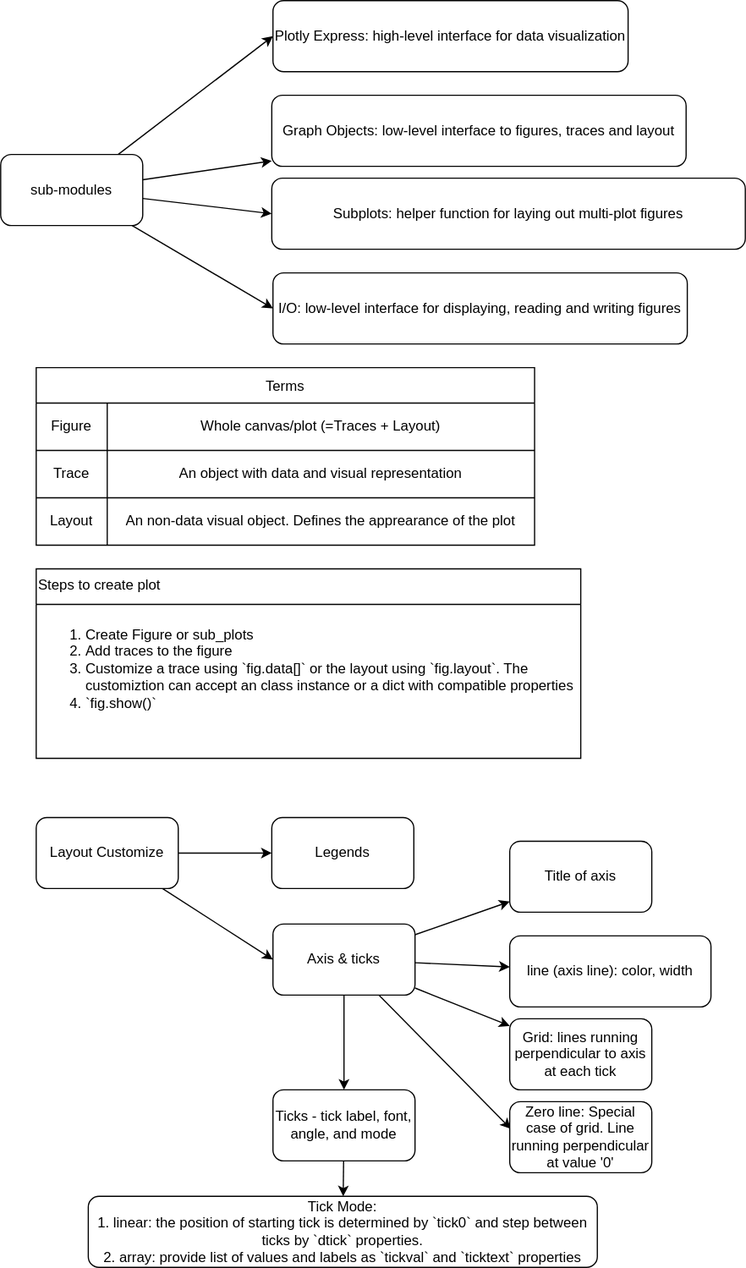
Before: src/content/docs/Python/packages/plotly.drawio.svg, a diagram exported from draw.io (ritesh28/cheats-starlight). Source tidied: cells renumbered, new cells last; positions are measured from the earlier drawing's top-left corner, leaving out a move shared by most shapes.
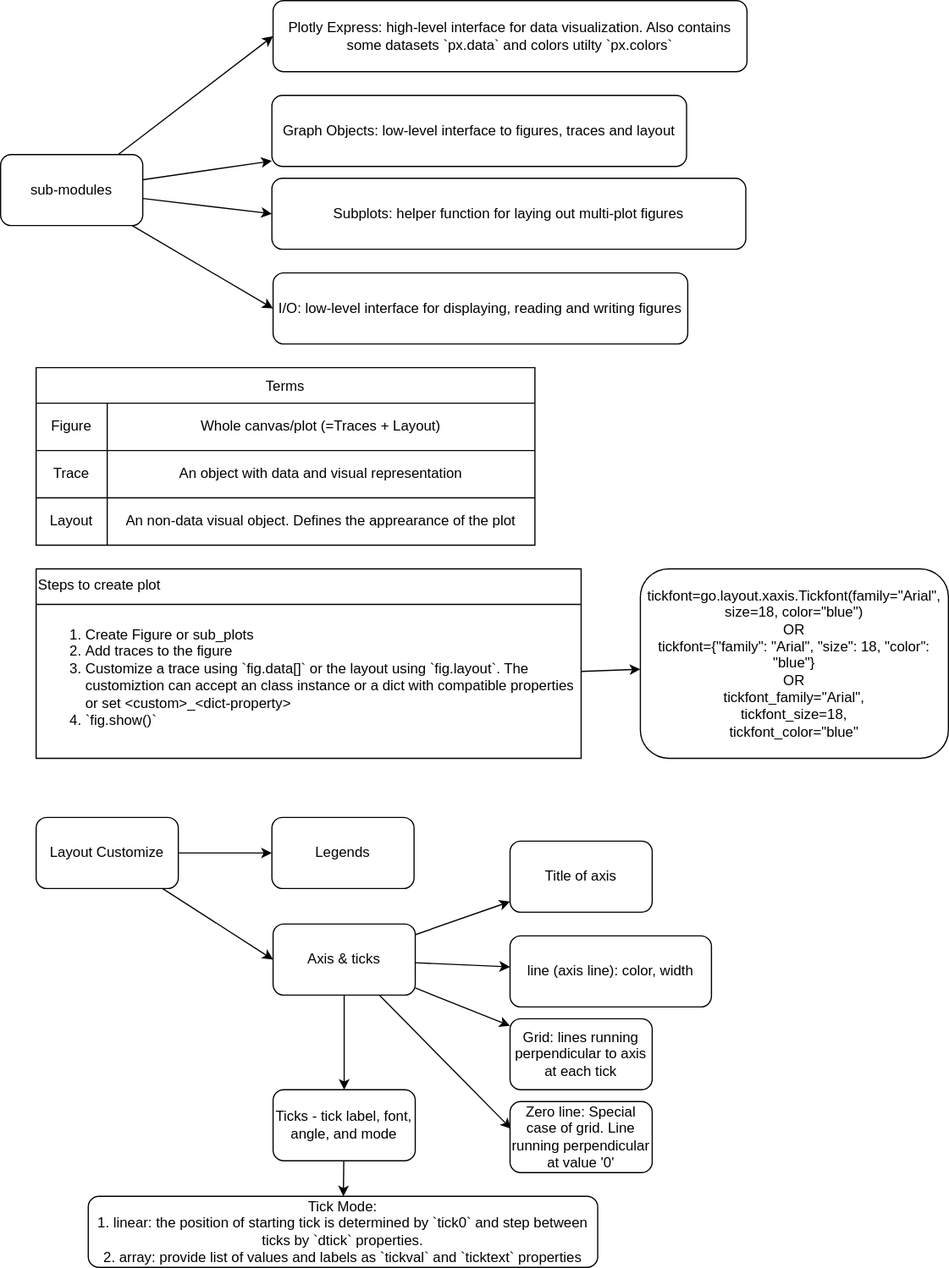
The same file after the commit.

Diff of the diagram source:
```diff
@@ -17,8 +17,8 @@
     <mxCell id="6" value="sub-modules" style="rounded=1;whiteSpace=wrap;html=1;" parent="1" vertex="1">
       <mxGeometry y="130" width="120" height="60" as="geometry" />
     </mxCell>
-    <mxCell id="7" value="Plotly Express: high-level interface for data visualization" style="rounded=1;whiteSpace=wrap;html=1;" parent="1" vertex="1">
-      <mxGeometry x="230" width="300" height="60" as="geometry" />
+    <mxCell id="7" value="Plotly Express: high-level interface for data visualization. Also contains some datasets `px.data` and colors utilty `px.colors`" style="rounded=1;whiteSpace=wrap;html=1;" parent="1" vertex="1">
+      <mxGeometry x="230" width="400" height="60" as="geometry" />
     </mxCell>
     <mxCell id="8" value="Graph Objects: low-level interface to figures, traces and layout" style="rounded=1;whiteSpace=wrap;html=1;" parent="1" vertex="1">
       <mxGeometry x="229" y="80" width="350" height="60" as="geometry" />
@@ -65,7 +65,7 @@
     <mxCell id="22" style="shape=tableRow;horizontal=0;startSize=0;swimlaneHead=0;swimlaneBody=0;strokeColor=inherit;top=0;left=0;bottom=0;right=0;fillColor=none;points=[[0,0.5],[1,0.5]];portConstraint=eastwest;" parent="21" vertex="1">
       <mxGeometry y="30" width="460" height="130" as="geometry" />
     </mxCell>
-    <mxCell id="23" value="&lt;ol&gt;&lt;li style=&quot;&quot;&gt;Create Figure or sub_plots&lt;/li&gt;&lt;li style=&quot;&quot;&gt;Add traces to the figure&lt;/li&gt;&lt;li style=&quot;&quot;&gt;Customize a trace using `fig.data[]` or the layout using `fig.layout`. The customiztion can accept an class instance or a dict with compatible properties&lt;/li&gt;&lt;li style=&quot;&quot;&gt;`fig.show()`&lt;/li&gt;&lt;/ol&gt;" style="shape=partialRectangle;html=1;whiteSpace=wrap;strokeColor=inherit;overflow=hidden;fillColor=none;top=0;left=0;bottom=0;right=0;align=left;verticalAlign=top;" parent="22" vertex="1">
+    <mxCell id="23" value="&lt;ol&gt;&lt;li style=&quot;&quot;&gt;Create Figure or sub_plots&lt;/li&gt;&lt;li style=&quot;&quot;&gt;Add traces to the figure&lt;/li&gt;&lt;li style=&quot;&quot;&gt;Customize a trace using `fig.data[]` or the layout using `fig.layout`. The customiztion can accept an class instance or a dict with compatible properties or set &amp;lt;custom&amp;gt;_&amp;lt;dict-property&amp;gt;&lt;/li&gt;&lt;li style=&quot;&quot;&gt;`fig.show()`&lt;/li&gt;&lt;/ol&gt;" style="shape=partialRectangle;html=1;whiteSpace=wrap;strokeColor=inherit;overflow=hidden;fillColor=none;top=0;left=0;bottom=0;right=0;align=left;verticalAlign=top;" parent="22" vertex="1">
       <mxGeometry width="460" height="130" as="geometry" />
     </mxCell>
     <mxCell id="24" style="edgeStyle=none;html=1;" parent="1" edge="1" source="26" target="27">
@@ -119,5 +119,11 @@
     <mxCell id="40" value="line (axis line): color, width" style="rounded=1;whiteSpace=wrap;html=1;" parent="1" vertex="1">
       <mxGeometry x="430" y="790" width="170" height="60" as="geometry" />
     </mxCell>
+    <mxCell id="41" value="&lt;font&gt;tickfont=go.layout.xaxis.Tickfont(family=&quot;Arial&quot;, size=18, color=&quot;blue&quot;)&lt;br&gt;&lt;/font&gt;&lt;div&gt;&lt;font&gt;OR&lt;/font&gt;&lt;/div&gt;&lt;div&gt;&lt;font&gt;tickfont={&quot;family&quot;: &quot;Arial&quot;, &quot;size&quot;: 18, &quot;color&quot;: &quot;blue&quot;}&lt;/font&gt;&lt;/div&gt;&lt;div&gt;&lt;font&gt;OR&lt;/font&gt;&lt;/div&gt;&lt;div&gt;&lt;font&gt;tickfont_family=&quot;Arial&quot;,&lt;/font&gt;&lt;/div&gt;&lt;div&gt;&lt;font&gt;tickfont_size=18,&lt;/font&gt;&lt;/div&gt;&lt;div&gt;&lt;font&gt;tickfont_color=&quot;blue&quot;&lt;/font&gt;&lt;/div&gt;" style="rounded=1;whiteSpace=wrap;html=1;" parent="1" vertex="1">
+      <mxGeometry x="540" y="480" width="260" height="160" as="geometry" />
+    </mxCell>
+    <mxCell id="42" style="edgeStyle=none;html=1;" parent="1" edge="1" source="22" target="41">
+      <mxGeometry relative="1" as="geometry" />
+    </mxCell>
   </root>
 </mxGraphModel>
```
